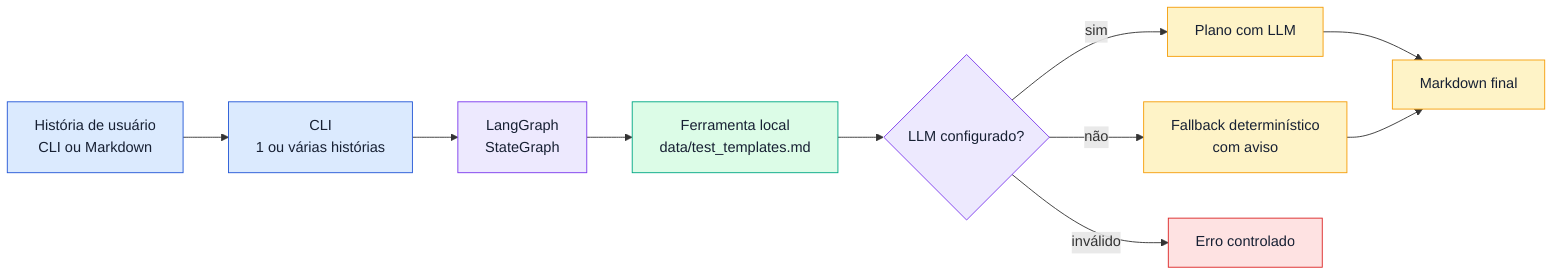
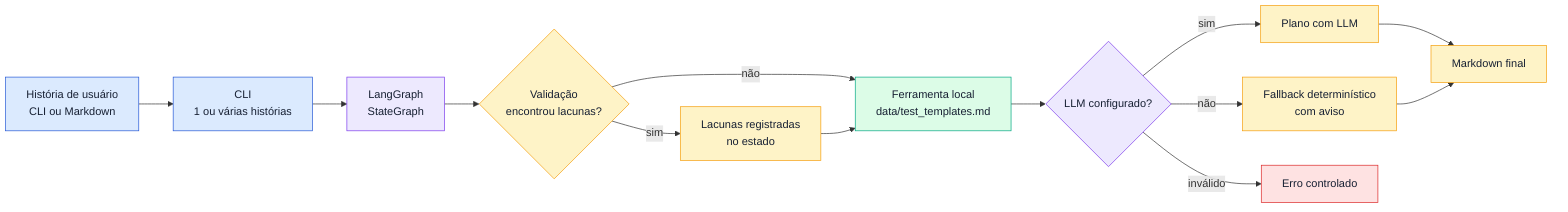
flowchart LR
    input["História de usuário<br/>CLI ou Markdown"] --> cli["CLI<br/>1 ou várias histórias"]
    cli --> state_graph["LangGraph<br/>StateGraph"]
-     state_graph --> context["Ferramenta local<br/>data/test_templates.md"]
+     state_graph --> validation{"Validação<br/>encontrou lacunas?"}
+     validation -->|não| context["Ferramenta local<br/>data/test_templates.md"]
+     validation -->|sim| gaps["Lacunas registradas<br/>no estado"]
+     gaps --> context
    context --> generation{"LLM configurado?"}
    generation -->|sim| llm["Plano com LLM"]
    generation -->|não| fallback["Fallback determinístico<br/>com aviso"]
    generation -->|inválido| error["Erro controlado"]
    llm --> output["Markdown final"]
    fallback --> output

    classDef inputClass fill:#dbeafe,stroke:#2457d6,color:#172033
+     classDef validationClass fill:#fef3c7,stroke:#f59e0b,color:#172033
    classDef graphClass fill:#ede9fe,stroke:#7c3aed,color:#172033
    classDef toolClass fill:#dcfce7,stroke:#00a884,color:#172033
    classDef outputClass fill:#fef3c7,stroke:#f59e0b,color:#172033
    classDef errorClass fill:#fee2e2,stroke:#dc2626,color:#172033

    class input,cli inputClass
    class state_graph,generation graphClass
+     class validation,gaps validationClass
    class context toolClass
    class llm,fallback,output outputClass
    class error errorClass